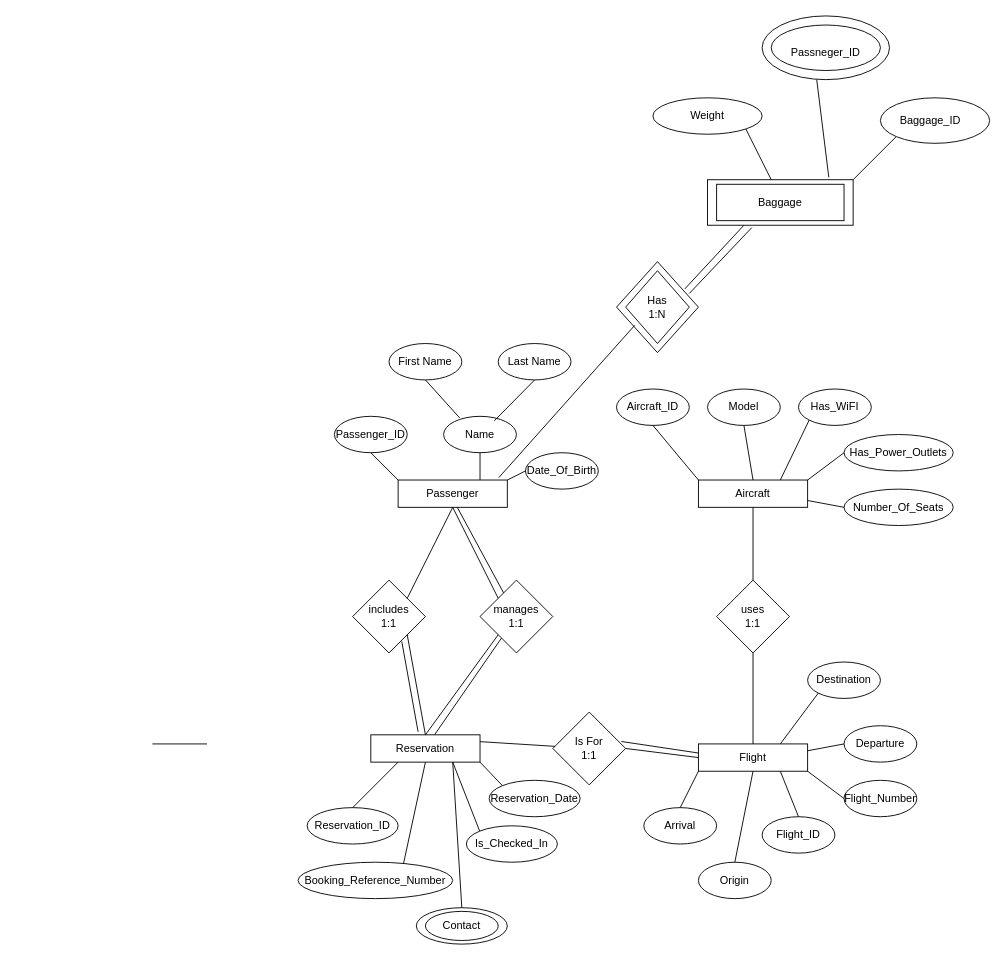
This is page "Page-1" (1 of 6) of diagrams/snoopy-airlines-eer.drawio from Persona5-Joker/4347-Database-Project-Snoopy-Airlines-, a draw.io file, before an edit. Source tidied: cells renumbered, new cells numbered last; positions are measured from the earlier drawing's top-left corner, leaving out a move shared by most shapes. Both pictures are drawn from the tidied source at 91%, with x=0, y=0 at pixel (152, 15).
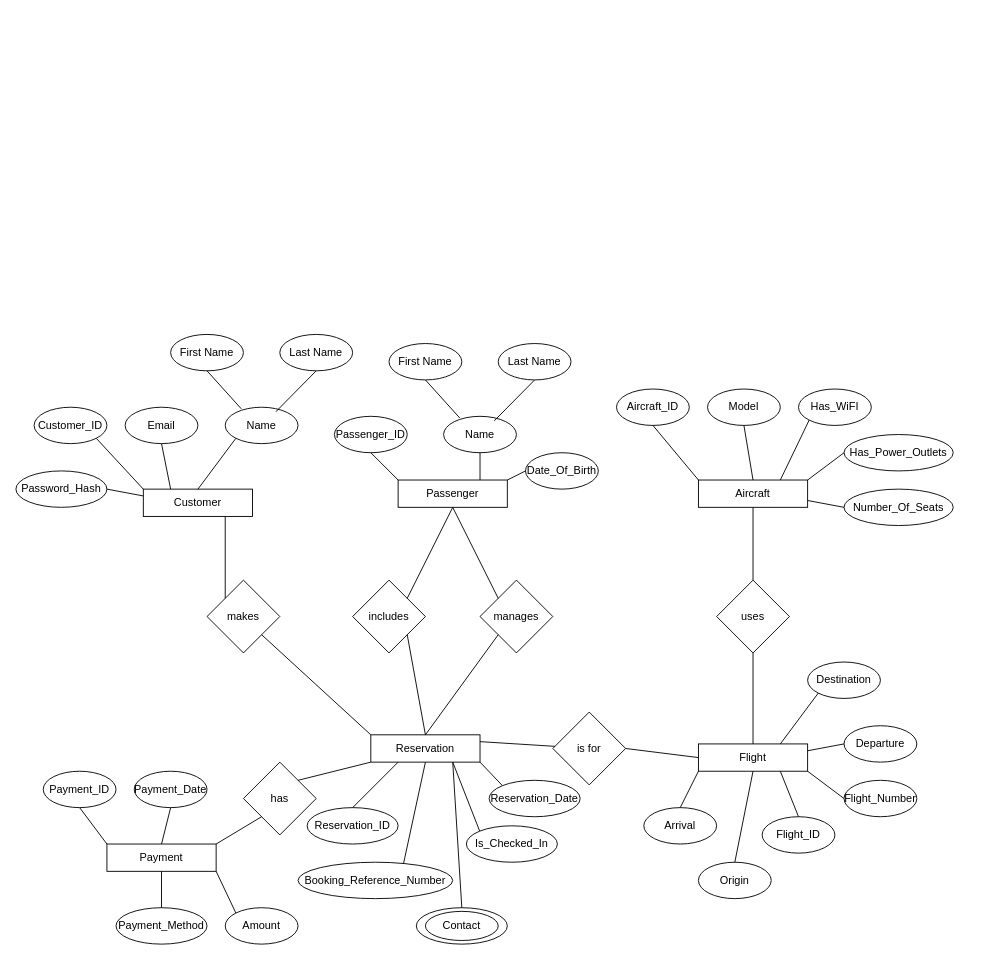
After the change.

Unchanged cells that the change refers to:
```xml
<mxCell id="2" value="Passenger" style="rounded=0;whiteSpace=wrap;html=1;" parent="1" vertex="1">
  <mxGeometry x="270" y="510" width="120" height="30" as="geometry" />
</mxCell>
<mxCell id="6" value="Reservation" style="rounded=0;whiteSpace=wrap;html=1;" parent="1" vertex="1">
  <mxGeometry x="240" y="790" width="120" height="30" as="geometry" />
</mxCell>
```

Change to the diagram source:
```diff
@@
+    <mxCell id="85" value="Customer" style="rounded=0;whiteSpace=wrap;html=1;" parent="1" vertex="1">
+      <mxGeometry x="-10" y="520" width="120" height="30" as="geometry" />
+    </mxCell>
@@
-    <mxCell id="5" value="uses&lt;div&gt;1:1&lt;/div&gt;" style="rhombus;whiteSpace=wrap;html=1;" parent="1" vertex="1">
+    <mxCell id="5" value="uses" style="rhombus;whiteSpace=wrap;html=1;" parent="1" vertex="1">
       <mxGeometry x="620" y="620" width="80" height="80" as="geometry" />
     </mxCell>
@@
+    <mxCell id="86" value="Payment" style="rounded=0;whiteSpace=wrap;html=1;" parent="1" vertex="1">
+      <mxGeometry x="-50" y="910" width="120" height="30" as="geometry" />
+    </mxCell>
-    <mxCell id="7" value="includes&lt;div&gt;1:1&lt;/div&gt;" style="rhombus;whiteSpace=wrap;html=1;" parent="1" vertex="1">
+    <mxCell id="7" value="includes" style="rhombus;whiteSpace=wrap;html=1;" parent="1" vertex="1">
       <mxGeometry x="220" y="620" width="80" height="80" as="geometry" />
     </mxCell>
@@
+    <mxCell id="87" value="has" style="rhombus;whiteSpace=wrap;html=1;" parent="1" vertex="1">
+      <mxGeometry x="100" y="820" width="80" height="80" as="geometry" />
+    </mxCell>
+    <mxCell id="88" style="endArrow=none;html=1;rounded=0;exitX=1;exitY=0;exitDx=0;exitDy=0;entryX=0;entryY=1;entryDx=0;entryDy=0;" parent="1" edge="1" source="86" target="87">
+      <mxGeometry relative="1" as="geometry" />
+    </mxCell>
+    <mxCell id="89" style="endArrow=none;html=1;rounded=0;entryX=0;entryY=1;entryDx=0;entryDy=0;exitX=1;exitY=0;exitDx=0;exitDy=0;" parent="1" edge="1" source="87" target="6">
+      <mxGeometry relative="1" as="geometry" />
+    </mxCell>
@@
-    <mxCell id="10" value="Is For&lt;div&gt;1:1&lt;/div&gt;" style="rhombus;whiteSpace=wrap;html=1;" parent="1" vertex="1">
+    <mxCell id="10" value="is for" style="rhombus;whiteSpace=wrap;html=1;" parent="1" vertex="1">
       <mxGeometry x="440" y="765" width="80" height="80" as="geometry" />
     </mxCell>
@@
+    <mxCell id="90" value="makes" style="rhombus;whiteSpace=wrap;html=1;" parent="1" vertex="1">
+      <mxGeometry x="60" y="620" width="80" height="80" as="geometry" />
+    </mxCell>
+    <mxCell id="91" style="endArrow=none;html=1;rounded=0;entryX=0.75;entryY=1;entryDx=0;entryDy=0;exitX=0;exitY=0;exitDx=0;exitDy=0;" parent="1" edge="1" source="90" target="85">
+      <mxGeometry relative="1" as="geometry" />
+    </mxCell>
+    <mxCell id="92" style="endArrow=none;html=1;rounded=0;entryX=1;entryY=1;entryDx=0;entryDy=0;exitX=0;exitY=0;exitDx=0;exitDy=0;" parent="1" edge="1" source="6" target="90">
+      <mxGeometry relative="1" as="geometry" />
+    </mxCell>
-    <mxCell id="15" value="manages&lt;div&gt;1:1&lt;/div&gt;" style="rhombus;whiteSpace=wrap;html=1;" parent="1" vertex="1">
+    <mxCell id="15" value="manages" style="rhombus;whiteSpace=wrap;html=1;" parent="1" vertex="1">
       <mxGeometry x="360" y="620" width="80" height="80" as="geometry" />
     </mxCell>
@@
+    <mxCell id="93" value="Customer_ID" style="ellipse;whiteSpace=wrap;html=1;" parent="1" vertex="1">
+      <mxGeometry x="-130" y="430" width="80" height="40" as="geometry" />
+    </mxCell>
+    <mxCell id="94" value="Email" style="ellipse;whiteSpace=wrap;html=1;" parent="1" vertex="1">
+      <mxGeometry x="-30" y="430" width="80" height="40" as="geometry" />
+    </mxCell>
+    <mxCell id="95" value="Name" style="ellipse;whiteSpace=wrap;html=1;" parent="1" vertex="1">
+      <mxGeometry x="80" y="430" width="80" height="40" as="geometry" />
+    </mxCell>
+    <mxCell id="96" value="First Name" style="ellipse;whiteSpace=wrap;html=1;" parent="1" vertex="1">
+      <mxGeometry x="20" y="350" width="80" height="40" as="geometry" />
+    </mxCell>
+    <mxCell id="97" value="Last Name" style="ellipse;whiteSpace=wrap;html=1;" parent="1" vertex="1">
+      <mxGeometry x="140" y="350" width="80" height="40" as="geometry" />
+    </mxCell>
+    <mxCell id="98" style="endArrow=none;html=1;rounded=0;entryX=0.5;entryY=1;entryDx=0;entryDy=0;exitX=0.182;exitY=-0.019;exitDx=0;exitDy=0;exitPerimeter=0;" parent="1" edge="1" target="96">
+      <mxGeometry relative="1" as="geometry">
+        <mxPoint x="97.7" y="431.8" as="sourcePoint" />
+      </mxGeometry>
+    </mxCell>
+    <mxCell id="99" style="endArrow=none;html=1;rounded=0;entryX=0.5;entryY=1;entryDx=0;entryDy=0;exitX=0.723;exitY=0.071;exitDx=0;exitDy=0;exitPerimeter=0;" parent="1" edge="1" target="97">
+      <mxGeometry relative="1" as="geometry">
+        <mxPoint x="135.6" y="435" as="sourcePoint" />
+      </mxGeometry>
+    </mxCell>
+    <mxCell id="100" value="Password_Hash" style="ellipse;whiteSpace=wrap;html=1;" parent="1" vertex="1">
+      <mxGeometry x="-150" y="500" width="100" height="40" as="geometry" />
+    </mxCell>
+    <mxCell id="101" style="endArrow=none;html=1;rounded=0;entryX=1;entryY=0.5;entryDx=0;entryDy=0;exitX=0;exitY=0.25;exitDx=0;exitDy=0;" parent="1" edge="1" source="85" target="100">
+      <mxGeometry relative="1" as="geometry" />
+    </mxCell>
+    <mxCell id="102" style="endArrow=none;html=1;rounded=0;entryX=1;entryY=1;entryDx=0;entryDy=0;exitX=0;exitY=0;exitDx=0;exitDy=0;" parent="1" edge="1" source="85" target="93">
+      <mxGeometry relative="1" as="geometry" />
+    </mxCell>
+    <mxCell id="103" style="endArrow=none;html=1;rounded=0;entryX=0.5;entryY=1;entryDx=0;entryDy=0;exitX=0.25;exitY=0;exitDx=0;exitDy=0;" parent="1" edge="1" source="85" target="94">
+      <mxGeometry relative="1" as="geometry" />
+    </mxCell>
+    <mxCell id="104" style="endArrow=none;html=1;rounded=0;entryX=0;entryY=1;entryDx=0;entryDy=0;exitX=0.5;exitY=0;exitDx=0;exitDy=0;" parent="1" edge="1" source="85" target="95">
+      <mxGeometry relative="1" as="geometry" />
+    </mxCell>
+    <mxCell id="105" value="Payment_ID" style="ellipse;whiteSpace=wrap;html=1;" parent="1" vertex="1">
+      <mxGeometry x="-120" y="830" width="80" height="40" as="geometry" />
+    </mxCell>
+    <mxCell id="106" value="Payment_Date" style="ellipse;whiteSpace=wrap;html=1;" parent="1" vertex="1">
+      <mxGeometry x="-20" y="830" width="80" height="40" as="geometry" />
+    </mxCell>
+    <mxCell id="107" value="Amount" style="ellipse;whiteSpace=wrap;html=1;" parent="1" vertex="1">
+      <mxGeometry x="80" y="980" width="80" height="40" as="geometry" />
+    </mxCell>
+    <mxCell id="108" value="Payment_Method" style="ellipse;whiteSpace=wrap;html=1;" parent="1" vertex="1">
+      <mxGeometry x="-40" y="980" width="100" height="40" as="geometry" />
+    </mxCell>
+    <mxCell id="109" style="endArrow=none;html=1;rounded=0;exitX=0.5;exitY=1;exitDx=0;exitDy=0;entryX=0.5;entryY=0;entryDx=0;entryDy=0;" parent="1" edge="1" source="86" target="108">
+      <mxGeometry relative="1" as="geometry" />
+    </mxCell>
+    <mxCell id="110" style="endArrow=none;html=1;rounded=0;entryX=1;entryY=1;entryDx=0;entryDy=0;exitX=0;exitY=0;exitDx=0;exitDy=0;" parent="1" edge="1" source="107" target="86">
+      <mxGeometry relative="1" as="geometry" />
+    </mxCell>
@@
+    <mxCell id="111" style="endArrow=none;html=1;rounded=0;entryX=0.5;entryY=1;entryDx=0;entryDy=0;exitX=0;exitY=0;exitDx=0;exitDy=0;" parent="1" edge="1" source="86" target="105">
+      <mxGeometry relative="1" as="geometry" />
+    </mxCell>
+    <mxCell id="112" style="endArrow=none;html=1;rounded=0;entryX=0.5;entryY=1;entryDx=0;entryDy=0;exitX=0.5;exitY=0;exitDx=0;exitDy=0;" parent="1" edge="1" source="86" target="106">
+      <mxGeometry relative="1" as="geometry" />
+    </mxCell>
@@
-    <mxCell id="61" style="endArrow=none;html=1;rounded=0;" parent="1" edge="1" target="15">
-      <mxGeometry relative="1" as="geometry">
-        <mxPoint x="310" y="790" as="sourcePoint" />
-      </mxGeometry>
-    </mxCell>
-    <mxCell id="62" style="endArrow=none;html=1;rounded=0;" parent="1" edge="1" source="15">
-      <mxGeometry relative="1" as="geometry">
-        <mxPoint x="335" y="540" as="targetPoint" />
-      </mxGeometry>
-    </mxCell>
-    <mxCell id="63" style="rounded=0;whiteSpace=wrap;html=1;" parent="1" vertex="1">
-      <mxGeometry x="610" y="180" width="160" height="50" as="geometry" />
-    </mxCell>
-    <mxCell id="64" style="endArrow=none;html=1;rounded=0;" parent="1" edge="1">
-      <mxGeometry relative="1" as="geometry">
-        <mxPoint x="770" y="180" as="sourcePoint" />
-        <mxPoint x="820" y="130" as="targetPoint" />
-      </mxGeometry>
-    </mxCell>
-    <mxCell id="65" style="ellipse;whiteSpace=wrap;html=1;" parent="1" vertex="1">
-      <mxGeometry x="800" y="90" width="120" height="50" as="geometry" />
-    </mxCell>
-    <mxCell id="66" value="Baggage_ID" style="text;strokeColor=none;align=center;fillColor=none;html=1;verticalAlign=middle;whiteSpace=wrap;rounded=0;" parent="1" vertex="1">
-      <mxGeometry x="810" y="100" width="90" height="30" as="geometry" />
-    </mxCell>
-    <mxCell id="67" style="endArrow=none;html=1;rounded=0;exitX=0.833;exitY=-0.053;exitDx=0;exitDy=0;exitPerimeter=0;" parent="1" edge="1" source="63">
-      <mxGeometry relative="1" as="geometry">
-        <mxPoint x="730" y="70" as="targetPoint" />
-      </mxGeometry>
-    </mxCell>
-    <mxCell id="68" style="ellipse;whiteSpace=wrap;html=1;" parent="1" vertex="1">
-      <mxGeometry x="670" width="140" height="70" as="geometry" />
-    </mxCell>
-    <mxCell id="69" style="ellipse;whiteSpace=wrap;html=1;" parent="1" vertex="1">
-      <mxGeometry x="680" y="10" width="120" height="50" as="geometry" />
-    </mxCell>
-    <mxCell id="70" value="Passneger_ID" style="text;strokeColor=none;align=center;fillColor=none;html=1;verticalAlign=middle;whiteSpace=wrap;rounded=0;" parent="1" vertex="1">
-      <mxGeometry x="700" y="20" width="80" height="40" as="geometry" />
-    </mxCell>
-    <mxCell id="71" style="rounded=0;whiteSpace=wrap;html=1;" parent="1" vertex="1">
-      <mxGeometry x="620" y="185" width="140" height="40" as="geometry" />
-    </mxCell>
-    <mxCell id="72" value="Baggage" style="text;strokeColor=none;align=center;fillColor=none;html=1;verticalAlign=middle;whiteSpace=wrap;rounded=0;" parent="1" vertex="1">
-      <mxGeometry x="640" y="190" width="100" height="30" as="geometry" />
-    </mxCell>
-    <mxCell id="73" style="rhombus;whiteSpace=wrap;html=1;" parent="1" vertex="1">
-      <mxGeometry x="510" y="270" width="90" height="100" as="geometry" />
-    </mxCell>
-    <mxCell id="74" style="rhombus;whiteSpace=wrap;html=1;" parent="1" vertex="1">
-      <mxGeometry x="520" y="280" width="70" height="80" as="geometry" />
-    </mxCell>
-    <mxCell id="75" value="Has&lt;div&gt;1:N&lt;/div&gt;" style="text;strokeColor=none;align=center;fillColor=none;html=1;verticalAlign=middle;whiteSpace=wrap;rounded=0;" parent="1" vertex="1">
-      <mxGeometry x="525" y="305" width="60" height="30" as="geometry" />
-    </mxCell>
-    <mxCell id="76" style="endArrow=none;html=1;rounded=0;exitX=0.922;exitY=-0.089;exitDx=0;exitDy=0;exitPerimeter=0;" parent="1" edge="1" source="2">
-      <mxGeometry relative="1" as="geometry">
-        <mxPoint x="530" y="340" as="targetPoint" />
-      </mxGeometry>
-    </mxCell>
-    <mxCell id="77" style="endArrow=none;html=1;rounded=0;" parent="1" edge="1">
-      <mxGeometry relative="1" as="geometry">
-        <mxPoint x="585" y="300" as="sourcePoint" />
-        <mxPoint x="650" y="230" as="targetPoint" />
-      </mxGeometry>
-    </mxCell>
-    <mxCell id="78" style="endArrow=none;html=1;rounded=0;" parent="1" edge="1">
-      <mxGeometry relative="1" as="geometry">
-        <mxPoint x="680" y="180" as="sourcePoint" />
-        <mxPoint x="650" y="120" as="targetPoint" />
-      </mxGeometry>
-    </mxCell>
-    <mxCell id="79" style="ellipse;whiteSpace=wrap;html=1;" parent="1" vertex="1">
-      <mxGeometry x="550" y="90" width="120" height="40" as="geometry" />
-    </mxCell>
-    <mxCell id="80" value="Weight" style="text;strokeColor=none;align=center;fillColor=none;html=1;verticalAlign=middle;whiteSpace=wrap;rounded=0;" parent="1" vertex="1">
-      <mxGeometry x="570" y="95" width="80" height="30" as="geometry" />
-    </mxCell>
-    <mxCell id="81" style="endArrow=none;html=1;rounded=0;entryX=0.304;entryY=1.053;entryDx=0;entryDy=0;entryPerimeter=0;" parent="1" edge="1" target="63">
-      <mxGeometry relative="1" as="geometry">
-        <mxPoint x="590" y="305" as="sourcePoint" />
-      </mxGeometry>
-    </mxCell>
-    <mxCell id="82" style="endArrow=none;html=1;rounded=0;" parent="1" edge="1">
-      <mxGeometry relative="1" as="geometry">
-        <mxPoint y="800" as="sourcePoint" />
-        <mxPoint x="60" y="800" as="targetPoint" />
-      </mxGeometry>
-    </mxCell>
-    <mxCell id="83" style="endArrow=none;html=1;rounded=0;exitX=0.942;exitY=0.404;exitDx=0;exitDy=0;exitPerimeter=0;" parent="1" edge="1" source="10">
-      <mxGeometry relative="1" as="geometry">
-        <mxPoint x="600" y="810" as="targetPoint" />
-      </mxGeometry>
-    </mxCell>
-    <mxCell id="84" style="endArrow=none;html=1;rounded=0;exitX=0.433;exitY=-0.111;exitDx=0;exitDy=0;exitPerimeter=0;entryX=0.675;entryY=0.842;entryDx=0;entryDy=0;entryPerimeter=0;" parent="1" edge="1" source="6" target="7">
-      <mxGeometry relative="1" as="geometry" />
-    </mxCell>
```
